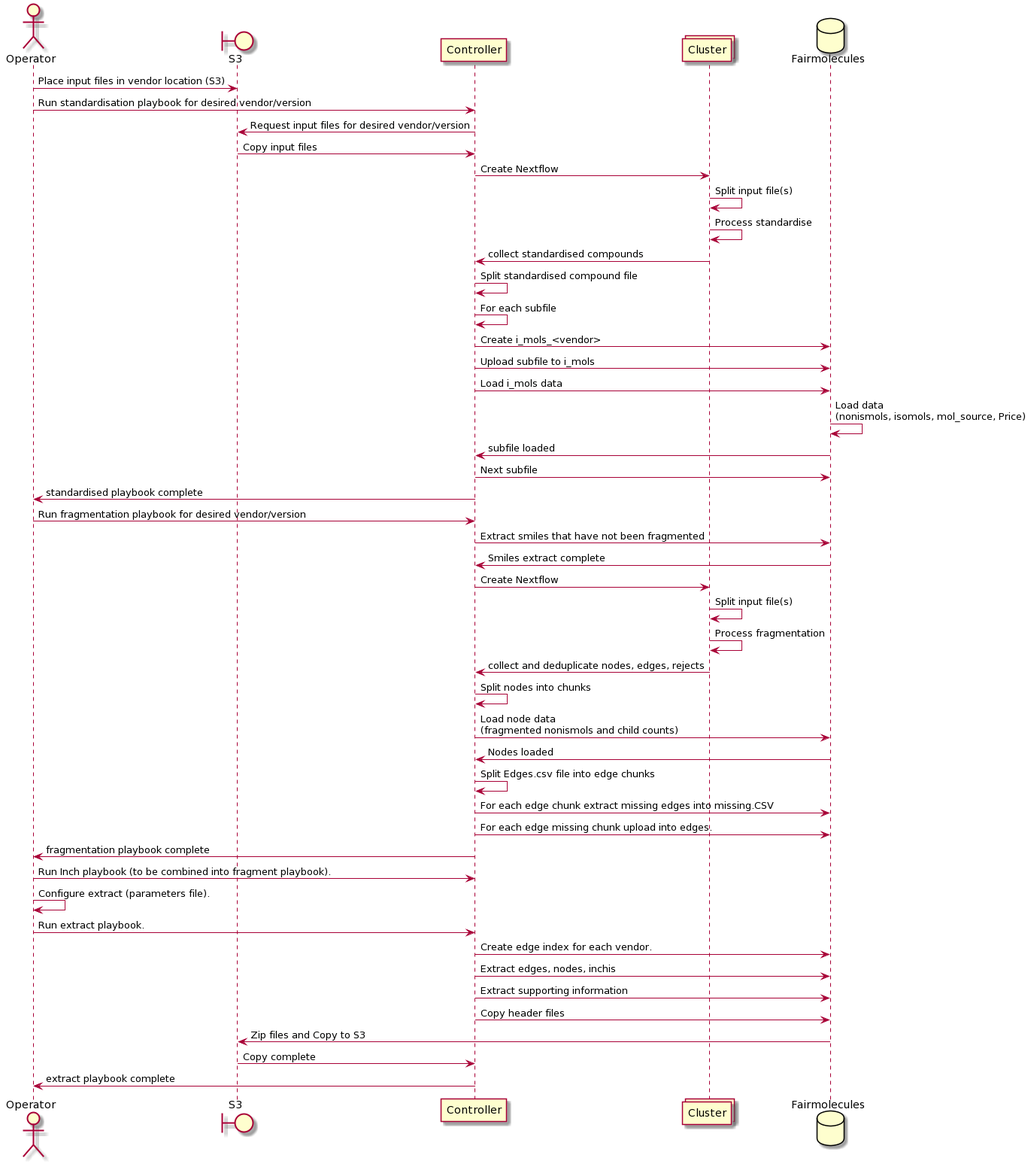
This is images/FragmentorSequence.png from InformaticsMatters/fragmentor, a PlantUML export, as it was before one commit.
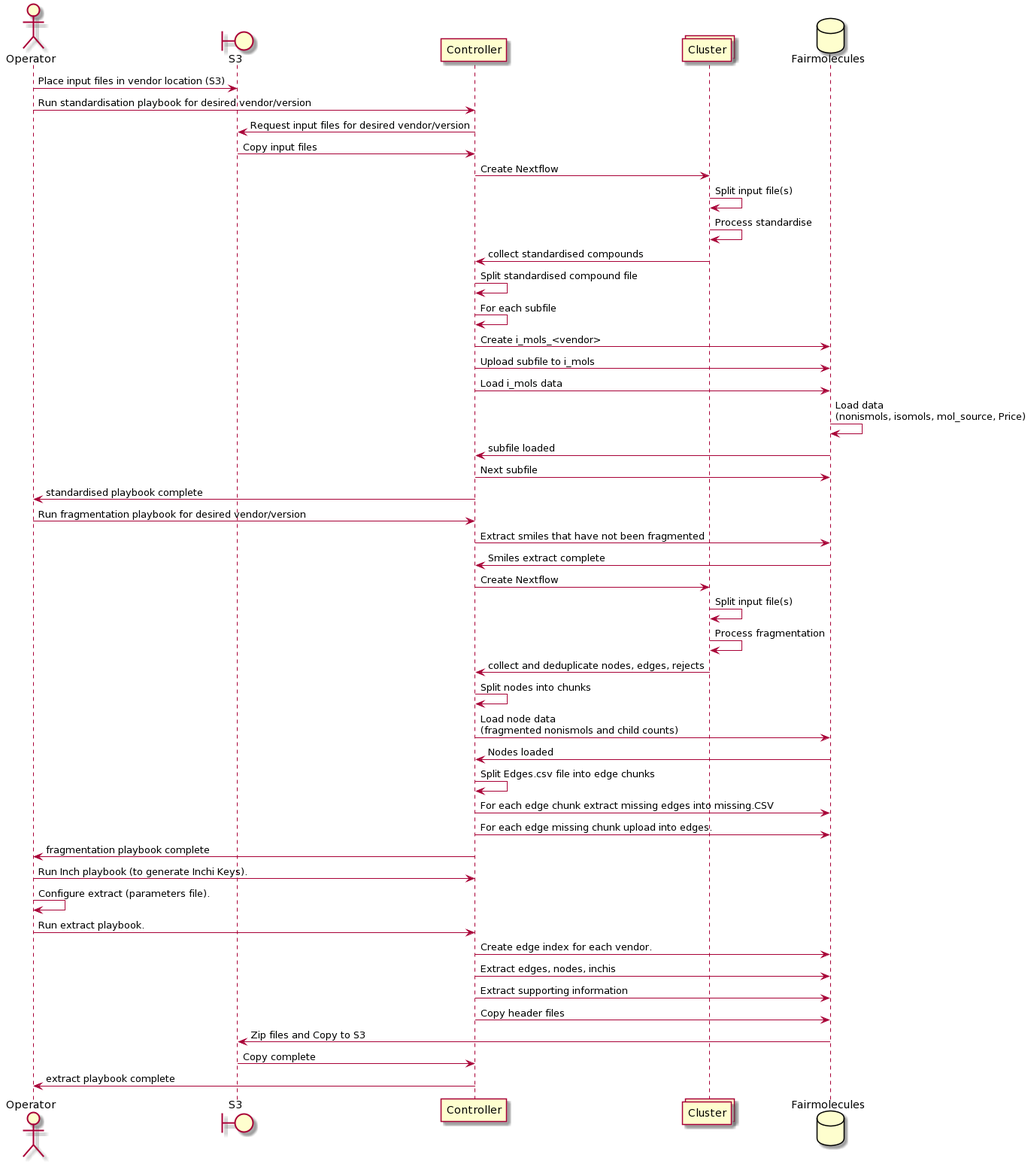
Above is the later version.

Change to the diagram source:
```diff
@@ -34,7 +34,7 @@
 Controller -> Fairmolecules : For each edge chunk extract missing edges into missing.CSV
 Controller -> Fairmolecules : For each edge missing chunk upload into edges.
 Controller -> Operator : fragmentation playbook complete
-Operator -> Controller : Run Inch playbook (to be combined into fragment playbook).
+Operator -> Controller : Run Inch playbook (to generate Inchi Keys).
 Operator -> Operator : Configure extract (parameters file).
 Operator -> Controller : Run extract playbook.
 Controller -> Fairmolecules : Create edge index for each vendor.
```
